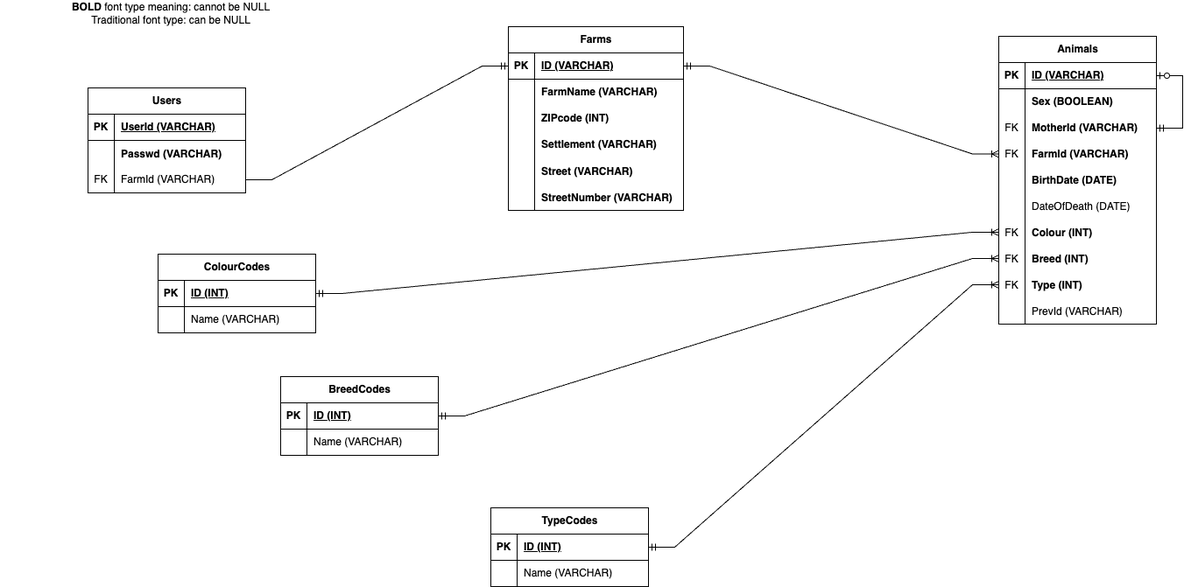
Before: documentation/Database ER Diagram/ER_diagram.png, a diagram exported from draw.io (NMTHmations/the_barn). Source tidied: cells renumbered, new cells last; positions are measured from the earlier drawing's top-left corner, leaving out a move shared by most shapes.
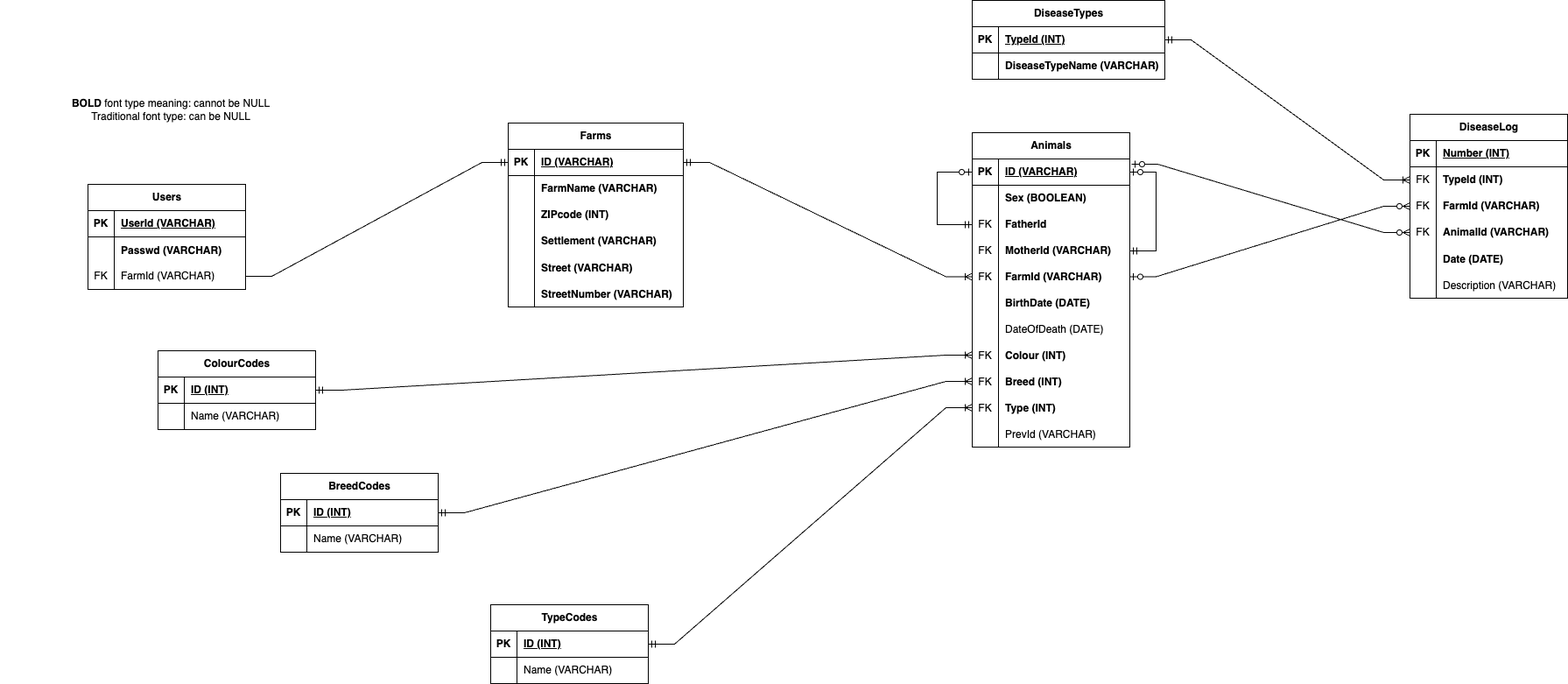
After the commit.

What changed in the source:
```diff
@@ -3,7 +3,7 @@
     <mxCell id="0" />
     <mxCell id="1" parent="0" />
     <mxCell id="2" value="Animals" style="shape=table;startSize=30;rowLines=0;fontStyle=1;align=center;html=1;" parent="1" vertex="1">
-      <mxGeometry x="1140" y="41" width="180" height="329" as="geometry" />
+      <mxGeometry x="1110" y="41" width="180" height="359" as="geometry" />
     </mxCell>
     <mxCell id="3" style="shape=tableRow;horizontal=0;startSize=0;swimlaneHead=0;swimlaneBody=0;fillColor=none;points=[[0,0.5],[1,0.5]];portConstraint=eastwest;top=0;left=0;right=0;bottom=1;" parent="2" vertex="1">
       <mxGeometry y="30" width="180" height="30" as="geometry" />
@@ -23,8 +23,17 @@
     <mxCell id="8" value="&lt;b&gt;Sex (BOOLEAN)&lt;/b&gt;" style="shape=partialRectangle;fillColor=none;top=0;left=0;bottom=0;right=0;align=left;spacingLeft=6;overflow=hidden;whiteSpace=wrap;html=1;" parent="6" vertex="1">
       <mxGeometry x="30" width="150" height="30" as="geometry" />
     </mxCell>
+    <mxCell id="90" style="shape=tableRow;horizontal=0;startSize=0;swimlaneHead=0;swimlaneBody=0;fillColor=none;points=[[0,0.5],[1,0.5]];portConstraint=eastwest;top=0;left=0;right=0;bottom=0;" parent="2" vertex="1">
+      <mxGeometry y="90" width="180" height="30" as="geometry" />
+    </mxCell>
+    <mxCell id="91" value="FK" style="shape=partialRectangle;fillColor=none;top=0;left=0;bottom=0;right=0;fontStyle=0;overflow=hidden;whiteSpace=wrap;html=1;" parent="90" vertex="1">
+      <mxGeometry width="30" height="30" as="geometry" />
+    </mxCell>
+    <mxCell id="92" value="&lt;b&gt;FatherId&lt;/b&gt;" style="shape=partialRectangle;fillColor=none;top=0;left=0;bottom=0;right=0;align=left;spacingLeft=6;fontStyle=0;overflow=hidden;whiteSpace=wrap;html=1;" parent="90" vertex="1">
+      <mxGeometry x="30" width="150" height="30" as="geometry" />
+    </mxCell>
     <mxCell id="9" style="shape=tableRow;horizontal=0;startSize=0;swimlaneHead=0;swimlaneBody=0;fillColor=none;points=[[0,0.5],[1,0.5]];portConstraint=eastwest;top=0;left=0;right=0;bottom=0;" parent="2" vertex="1">
-      <mxGeometry y="90" width="180" height="30" as="geometry" />
+      <mxGeometry y="120" width="180" height="30" as="geometry" />
     </mxCell>
     <mxCell id="10" value="FK" style="shape=partialRectangle;fillColor=none;top=0;left=0;bottom=0;right=0;overflow=hidden;whiteSpace=wrap;html=1;" parent="9" vertex="1">
       <mxGeometry width="30" height="30" as="geometry" />
@@ -33,7 +42,7 @@
       <mxGeometry x="30" width="150" height="30" as="geometry" />
     </mxCell>
     <mxCell id="12" style="shape=tableRow;horizontal=0;startSize=0;swimlaneHead=0;swimlaneBody=0;fillColor=none;points=[[0,0.5],[1,0.5]];portConstraint=eastwest;top=0;left=0;right=0;bottom=0;" parent="2" vertex="1">
-      <mxGeometry y="120" width="180" height="29" as="geometry" />
+      <mxGeometry y="150" width="180" height="29" as="geometry" />
     </mxCell>
     <mxCell id="13" value="FK" style="shape=partialRectangle;fillColor=none;top=0;left=0;bottom=0;right=0;overflow=hidden;whiteSpace=wrap;html=1;" parent="12" vertex="1">
       <mxGeometry width="30" height="29" as="geometry" />
@@ -42,7 +51,7 @@
       <mxGeometry x="30" width="150" height="29" as="geometry" />
     </mxCell>
     <mxCell id="15" style="shape=tableRow;horizontal=0;startSize=0;swimlaneHead=0;swimlaneBody=0;fillColor=none;top=0;left=0;right=0;bottom=0;" parent="2" vertex="1">
-      <mxGeometry y="149" width="180" height="30" as="geometry" />
+      <mxGeometry y="179" width="180" height="30" as="geometry" />
     </mxCell>
     <mxCell id="16" style="shape=partialRectangle;fillColor=none;top=0;left=0;bottom=0;right=0;overflow=hidden;" parent="15" vertex="1">
       <mxGeometry width="30" height="30" as="geometry" />
@@ -51,7 +60,7 @@
       <mxGeometry x="30" width="150" height="30" as="geometry" />
     </mxCell>
     <mxCell id="18" style="shape=tableRow;horizontal=0;startSize=0;swimlaneHead=0;swimlaneBody=0;fillColor=none;top=0;left=0;right=0;bottom=0;" parent="2" vertex="1">
-      <mxGeometry y="179" width="180" height="30" as="geometry" />
+      <mxGeometry y="209" width="180" height="30" as="geometry" />
     </mxCell>
     <mxCell id="19" style="shape=partialRectangle;fillColor=none;top=0;left=0;bottom=0;right=0;overflow=hidden;" parent="18" vertex="1">
       <mxGeometry width="30" height="30" as="geometry" />
@@ -60,7 +69,7 @@
       <mxGeometry x="30" width="150" height="30" as="geometry" />
     </mxCell>
     <mxCell id="21" style="shape=tableRow;horizontal=0;startSize=0;swimlaneHead=0;swimlaneBody=0;fillColor=none;points=[[0,0.5],[1,0.5]];portConstraint=eastwest;top=0;left=0;right=0;bottom=0;" parent="2" vertex="1">
-      <mxGeometry y="209" width="180" height="30" as="geometry" />
+      <mxGeometry y="239" width="180" height="30" as="geometry" />
     </mxCell>
     <mxCell id="22" value="FK" style="shape=partialRectangle;fillColor=none;top=0;left=0;bottom=0;right=0;overflow=hidden;" parent="21" vertex="1">
       <mxGeometry width="30" height="30" as="geometry" />
@@ -69,7 +78,7 @@
       <mxGeometry x="30" width="150" height="30" as="geometry" />
     </mxCell>
     <mxCell id="24" style="shape=tableRow;horizontal=0;startSize=0;swimlaneHead=0;swimlaneBody=0;fillColor=none;points=[[0,0.5],[1,0.5]];portConstraint=eastwest;top=0;left=0;right=0;bottom=0;" parent="2" vertex="1">
-      <mxGeometry y="239" width="180" height="30" as="geometry" />
+      <mxGeometry y="269" width="180" height="30" as="geometry" />
     </mxCell>
     <mxCell id="25" value="FK" style="shape=partialRectangle;fillColor=none;top=0;left=0;bottom=0;right=0;overflow=hidden;" parent="24" vertex="1">
       <mxGeometry width="30" height="30" as="geometry" />
@@ -78,7 +87,7 @@
       <mxGeometry x="30" width="150" height="30" as="geometry" />
     </mxCell>
     <mxCell id="27" style="shape=tableRow;horizontal=0;startSize=0;swimlaneHead=0;swimlaneBody=0;fillColor=none;points=[[0,0.5],[1,0.5]];portConstraint=eastwest;top=0;left=0;right=0;bottom=0;" parent="2" vertex="1">
-      <mxGeometry y="269" width="180" height="30" as="geometry" />
+      <mxGeometry y="299" width="180" height="30" as="geometry" />
     </mxCell>
     <mxCell id="28" value="FK" style="shape=partialRectangle;fillColor=none;top=0;left=0;bottom=0;right=0;overflow=hidden;" parent="27" vertex="1">
       <mxGeometry width="30" height="30" as="geometry" />
@@ -87,7 +96,7 @@
       <mxGeometry x="30" width="150" height="30" as="geometry" />
     </mxCell>
     <mxCell id="30" style="shape=tableRow;horizontal=0;startSize=0;swimlaneHead=0;swimlaneBody=0;fillColor=none;top=0;left=0;right=0;bottom=0;" parent="2" vertex="1">
-      <mxGeometry y="299" width="180" height="30" as="geometry" />
+      <mxGeometry y="329" width="180" height="30" as="geometry" />
     </mxCell>
     <mxCell id="31" style="shape=partialRectangle;fillColor=none;top=0;left=0;bottom=0;right=0;overflow=hidden;" parent="30" vertex="1">
       <mxGeometry width="30" height="30" as="geometry" />
@@ -100,9 +109,17 @@
         <Array as="points">
           <mxPoint x="-60" y="69" />
           <mxPoint x="-100" y="59" />
+          <mxPoint x="190" y="49" />
         </Array>
       </mxGeometry>
     </mxCell>
+    <mxCell id="93" style="edgeStyle=elbowEdgeStyle;fontSize=12;html=1;endArrow=ERzeroToOne;startArrow=ERmandOne;rounded=0;entryX=0;entryY=0.5;entryDx=0;entryDy=0;exitX=0;exitY=0.5;exitDx=0;exitDy=0;" parent="2" edge="1" source="90" target="3">
+      <mxGeometry relative="1" as="geometry">
+        <Array as="points">
+          <mxPoint x="-40" y="79" />
+        </Array>
+      </mxGeometry>
+    </mxCell>
     <mxCell id="34" value="Farms" style="shape=table;startSize=30;rowLines=0;fontStyle=1;align=center;html=1;" parent="1" vertex="1">
       <mxGeometry x="580" y="30" width="200" height="210" as="geometry" />
     </mxCell>
@@ -271,5 +288,92 @@
     <mxCell id="89" value="&lt;b&gt;BOLD&lt;/b&gt; font type meaning: cannot be NULL&lt;br&gt;Traditional font type: can be NULL" style="text;html=1;strokeColor=none;fillColor=none;align=center;verticalAlign=middle;whiteSpace=wrap;rounded=0;" parent="1" vertex="1">
       <mxGeometry width="390" height="30" as="geometry" />
     </mxCell>
+    <mxCell id="94" value="DiseaseLog" style="shape=table;startSize=30;rowLines=0;fontStyle=1;align=center;html=1;" parent="1" vertex="1">
+      <mxGeometry x="1610" y="20" width="180" height="210" as="geometry" />
+    </mxCell>
+    <mxCell id="95" style="shape=tableRow;horizontal=0;startSize=0;swimlaneHead=0;swimlaneBody=0;fillColor=none;top=0;left=0;right=0;bottom=1;" parent="94" vertex="1">
+      <mxGeometry y="30" width="180" height="30" as="geometry" />
+    </mxCell>
+    <mxCell id="96" value="PK" style="shape=partialRectangle;fillColor=none;top=0;left=0;bottom=0;right=0;fontStyle=1;overflow=hidden;whiteSpace=wrap;html=1;" parent="95" vertex="1">
+      <mxGeometry width="30" height="30" as="geometry" />
+    </mxCell>
+    <mxCell id="97" value="Number (INT)" style="shape=partialRectangle;fillColor=none;top=0;left=0;bottom=0;right=0;align=left;spacingLeft=6;fontStyle=5;overflow=hidden;whiteSpace=wrap;html=1;" parent="95" vertex="1">
+      <mxGeometry x="30" width="150" height="30" as="geometry" />
+    </mxCell>
+    <mxCell id="98" style="shape=tableRow;horizontal=0;startSize=0;swimlaneHead=0;swimlaneBody=0;fillColor=none;points=[[0,0.5],[1,0.5]];portConstraint=eastwest;top=0;left=0;right=0;bottom=0;" parent="94" vertex="1">
+      <mxGeometry y="60" width="180" height="30" as="geometry" />
+    </mxCell>
+    <mxCell id="99" value="FK" style="shape=partialRectangle;fillColor=none;top=0;left=0;bottom=0;right=0;overflow=hidden;whiteSpace=wrap;html=1;" parent="98" vertex="1">
+      <mxGeometry width="30" height="30" as="geometry" />
+    </mxCell>
+    <mxCell id="100" value="&lt;b&gt;TypeId (INT)&lt;/b&gt;" style="shape=partialRectangle;fillColor=none;top=0;left=0;bottom=0;right=0;align=left;spacingLeft=6;overflow=hidden;whiteSpace=wrap;html=1;" parent="98" vertex="1">
+      <mxGeometry x="30" width="150" height="30" as="geometry" />
+    </mxCell>
+    <mxCell id="101" style="shape=tableRow;horizontal=0;startSize=0;swimlaneHead=0;swimlaneBody=0;fillColor=none;points=[[0,0.5],[1,0.5]];portConstraint=eastwest;top=0;left=0;right=0;bottom=0;" parent="94" vertex="1">
+      <mxGeometry y="90" width="180" height="30" as="geometry" />
+    </mxCell>
+    <mxCell id="102" value="FK" style="shape=partialRectangle;fillColor=none;top=0;left=0;bottom=0;right=0;overflow=hidden;whiteSpace=wrap;html=1;" parent="101" vertex="1">
+      <mxGeometry width="30" height="30" as="geometry" />
+    </mxCell>
+    <mxCell id="103" value="&lt;b&gt;FarmId (VARCHAR)&lt;/b&gt;" style="shape=partialRectangle;fillColor=none;top=0;left=0;bottom=0;right=0;align=left;spacingLeft=6;overflow=hidden;whiteSpace=wrap;html=1;" parent="101" vertex="1">
+      <mxGeometry x="30" width="150" height="30" as="geometry" />
+    </mxCell>
+    <mxCell id="104" style="shape=tableRow;horizontal=0;startSize=0;swimlaneHead=0;swimlaneBody=0;fillColor=none;points=[[0,0.5],[1,0.5]];portConstraint=eastwest;top=0;left=0;right=0;bottom=0;" parent="94" vertex="1">
+      <mxGeometry y="120" width="180" height="30" as="geometry" />
+    </mxCell>
+    <mxCell id="105" value="FK" style="shape=partialRectangle;fillColor=none;top=0;left=0;bottom=0;right=0;overflow=hidden;whiteSpace=wrap;html=1;" parent="104" vertex="1">
+      <mxGeometry width="30" height="30" as="geometry" />
+    </mxCell>
+    <mxCell id="106" value="&lt;b&gt;AnimalId (VARCHAR)&lt;/b&gt;" style="shape=partialRectangle;fillColor=none;top=0;left=0;bottom=0;right=0;align=left;spacingLeft=6;overflow=hidden;whiteSpace=wrap;html=1;" parent="104" vertex="1">
+      <mxGeometry x="30" width="150" height="30" as="geometry" />
+    </mxCell>
+    <mxCell id="107" style="shape=tableRow;horizontal=0;startSize=0;swimlaneHead=0;swimlaneBody=0;fillColor=none;top=0;left=0;right=0;bottom=0;" parent="94" vertex="1">
+      <mxGeometry y="150" width="180" height="30" as="geometry" />
+    </mxCell>
+    <mxCell id="108" style="shape=partialRectangle;fillColor=none;top=0;left=0;bottom=0;right=0;overflow=hidden;" parent="107" vertex="1">
+      <mxGeometry width="30" height="30" as="geometry" />
+    </mxCell>
+    <mxCell id="109" value="Date (DATE)" style="shape=partialRectangle;fillColor=none;top=0;left=0;bottom=0;right=0;align=left;spacingLeft=6;overflow=hidden;fontStyle=1;" parent="107" vertex="1">
+      <mxGeometry x="30" width="150" height="30" as="geometry" />
+    </mxCell>
+    <mxCell id="110" style="shape=tableRow;horizontal=0;startSize=0;swimlaneHead=0;swimlaneBody=0;fillColor=none;top=0;left=0;right=0;bottom=0;" parent="94" vertex="1">
+      <mxGeometry y="180" width="180" height="30" as="geometry" />
+    </mxCell>
+    <mxCell id="111" style="shape=partialRectangle;fillColor=none;top=0;left=0;bottom=0;right=0;overflow=hidden;" parent="110" vertex="1">
+      <mxGeometry width="30" height="30" as="geometry" />
+    </mxCell>
+    <mxCell id="112" value="Description (VARCHAR)" style="shape=partialRectangle;fillColor=none;top=0;left=0;bottom=0;right=0;align=left;spacingLeft=6;overflow=hidden;" parent="110" vertex="1">
+      <mxGeometry x="30" width="150" height="30" as="geometry" />
+    </mxCell>
+    <mxCell id="113" style="edgeStyle=entityRelationEdgeStyle;fontSize=12;html=1;endArrow=ERzeroToMany;startArrow=ERzeroToOne;rounded=0;exitX=1;exitY=0.5;exitDx=0;exitDy=0;" parent="1" edge="1" source="12" target="101">
+      <mxGeometry relative="1" as="geometry" />
+    </mxCell>
+    <mxCell id="114" style="edgeStyle=entityRelationEdgeStyle;fontSize=12;html=1;endArrow=ERzeroToMany;startArrow=ERzeroToOne;rounded=0;exitX=1.011;exitY=0.2;exitDx=0;exitDy=0;exitPerimeter=0;entryX=0;entryY=0.5;entryDx=0;entryDy=0;" parent="1" edge="1" source="3" target="104">
+      <mxGeometry relative="1" as="geometry" />
+    </mxCell>
+    <mxCell id="115" value="DiseaseTypes" style="shape=table;startSize=30;rowLines=0;fontStyle=1;align=center;html=1;" parent="1" vertex="1">
+      <mxGeometry x="1110" y="-110" width="220" height="90" as="geometry" />
+    </mxCell>
+    <mxCell id="116" style="shape=tableRow;horizontal=0;startSize=0;swimlaneHead=0;swimlaneBody=0;fillColor=none;points=[[0,0.5],[1,0.5]];portConstraint=eastwest;top=0;left=0;right=0;bottom=1;" parent="115" vertex="1">
+      <mxGeometry y="30" width="220" height="30" as="geometry" />
+    </mxCell>
+    <mxCell id="117" value="PK" style="shape=partialRectangle;fillColor=none;top=0;left=0;bottom=0;right=0;fontStyle=1;overflow=hidden;whiteSpace=wrap;html=1;" parent="116" vertex="1">
+      <mxGeometry width="30" height="30" as="geometry" />
+    </mxCell>
+    <mxCell id="118" value="TypeId (INT)" style="shape=partialRectangle;fillColor=none;top=0;left=0;bottom=0;right=0;align=left;spacingLeft=6;fontStyle=5;overflow=hidden;whiteSpace=wrap;html=1;" parent="116" vertex="1">
+      <mxGeometry x="30" width="190" height="30" as="geometry" />
+    </mxCell>
+    <mxCell id="119" style="shape=tableRow;horizontal=0;startSize=0;swimlaneHead=0;swimlaneBody=0;fillColor=none;top=0;left=0;right=0;bottom=0;" parent="115" vertex="1">
+      <mxGeometry y="60" width="220" height="30" as="geometry" />
+    </mxCell>
+    <mxCell id="120" style="shape=partialRectangle;fillColor=none;top=0;left=0;bottom=0;right=0;overflow=hidden;whiteSpace=wrap;html=1;" parent="119" vertex="1">
+      <mxGeometry width="30" height="30" as="geometry" />
+    </mxCell>
+    <mxCell id="121" value="&lt;b&gt;DiseaseTypeName (VARCHAR)&lt;/b&gt;" style="shape=partialRectangle;fillColor=none;top=0;left=0;bottom=0;right=0;align=left;spacingLeft=6;overflow=hidden;whiteSpace=wrap;html=1;" parent="119" vertex="1">
+      <mxGeometry x="30" width="190" height="30" as="geometry" />
+    </mxCell>
+    <mxCell id="122" style="edgeStyle=entityRelationEdgeStyle;fontSize=12;html=1;endArrow=ERoneToMany;startArrow=ERmandOne;rounded=0;exitX=1;exitY=0.5;exitDx=0;exitDy=0;entryX=0;entryY=0.5;entryDx=0;entryDy=0;" parent="1" edge="1" source="116" target="98">
+      <mxGeometry relative="1" as="geometry" />
+    </mxCell>
   </root>
 </mxGraphModel>
```
